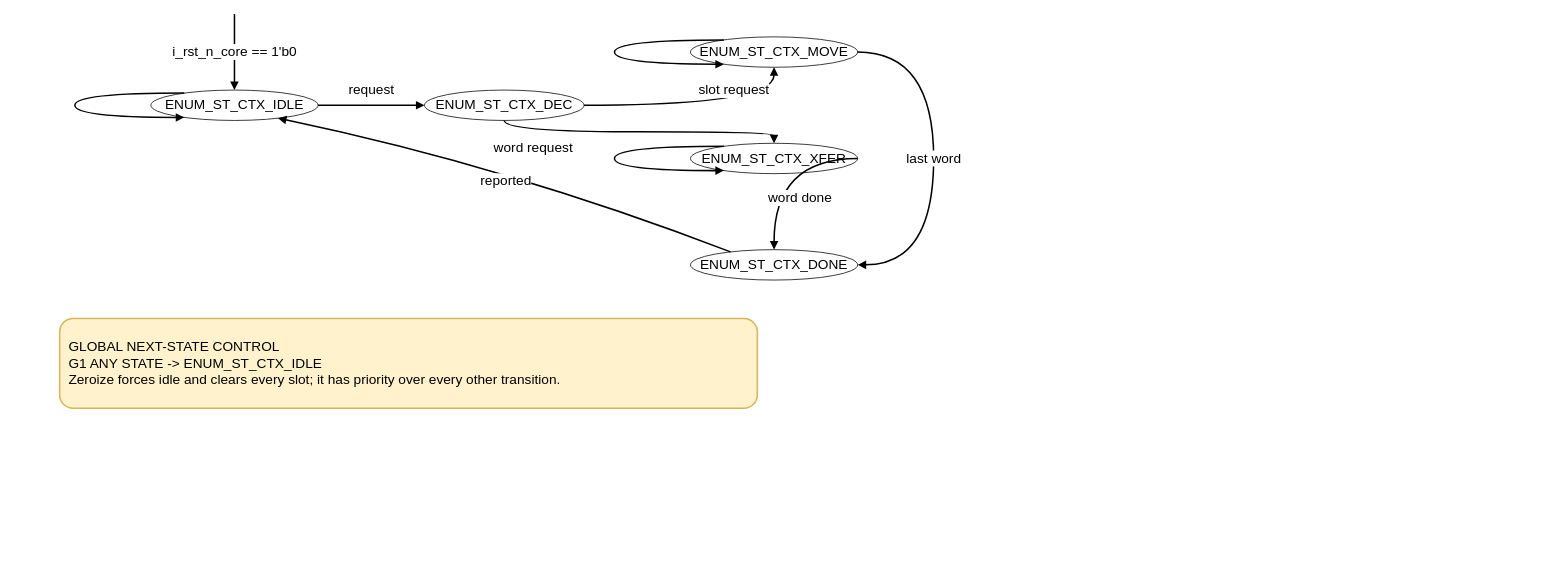
Before: page "FSM_CTX" (1 of 2) of doc/ht_aes_gcm_acc/figures/aesgcm_fsm_ctx.drawio in nguyenquanicd/AES-128-256, a draw.io diagram. Source tidied: cells renumbered, new cells numbered last; positions are measured from the earlier drawing's top-left corner, leaving out a move shared by most shapes. Both pictures are drawn from the tidied source at 76%, with x=0, y=0 at pixel (59, 14).
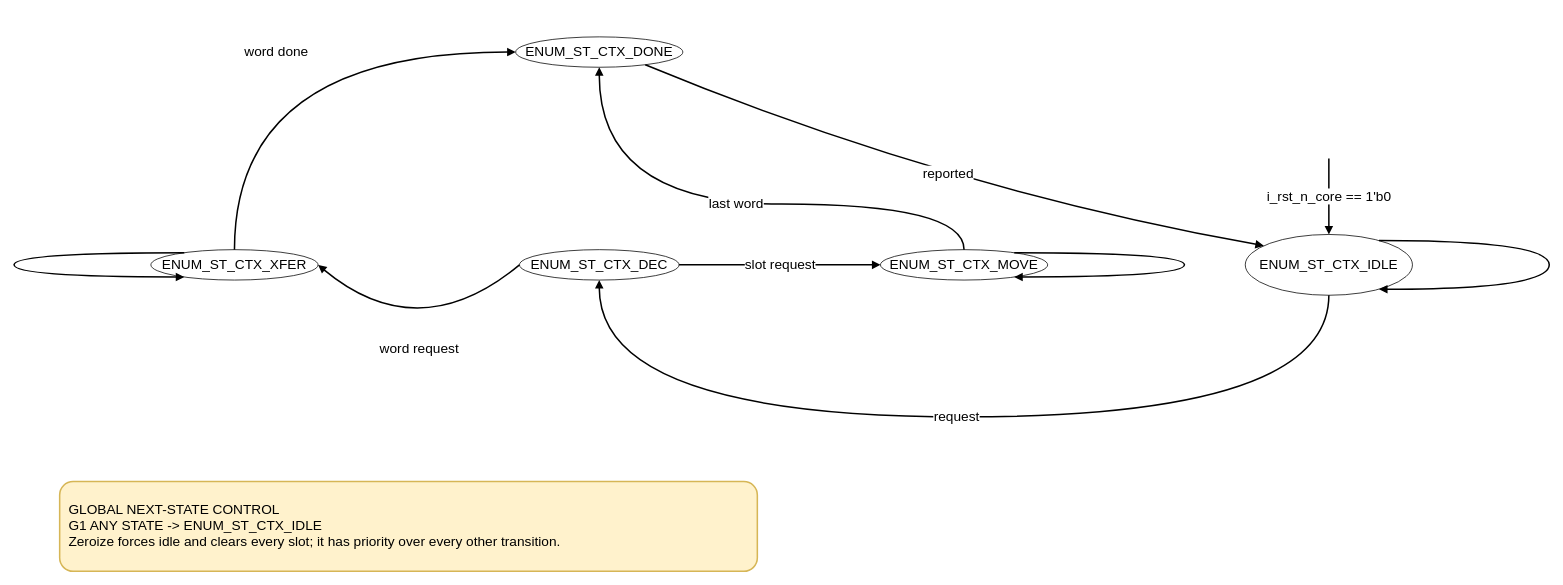
The same diagram, later.

Diff of the diagram source:
```diff
@@
     <mxCell id="2" value="ENUM_ST_CTX_IDLE" style="ellipse;whiteSpace=wrap;html=1;fontSize=18;fontColor=#000000;strokeColor=#000000;fillColor=#FFFFFF;" parent="1" vertex="1">
-      <mxGeometry x="120" y="100" width="220" height="40" as="geometry" />
+      <mxGeometry x="1560" y="290" width="220" height="80" as="geometry" />
     </mxCell>
     <mxCell id="3" value="ENUM_ST_CTX_DEC" style="ellipse;whiteSpace=wrap;html=1;fontSize=18;fontColor=#000000;strokeColor=#000000;fillColor=#FFFFFF;" parent="1" vertex="1">
-      <mxGeometry x="480" y="100" width="210" height="40" as="geometry" />
+      <mxGeometry x="605" y="310" width="210" height="40" as="geometry" />
     </mxCell>
     <mxCell id="4" value="ENUM_ST_CTX_MOVE" style="ellipse;whiteSpace=wrap;html=1;fontSize=18;fontColor=#000000;strokeColor=#000000;fillColor=#FFFFFF;" parent="1" vertex="1">
-      <mxGeometry x="830" y="30" width="220" height="40" as="geometry" />
+      <mxGeometry x="1080" y="310" width="220" height="40" as="geometry" />
     </mxCell>
     <mxCell id="5" value="ENUM_ST_CTX_XFER" style="ellipse;whiteSpace=wrap;html=1;fontSize=18;fontColor=#000000;strokeColor=#000000;fillColor=#FFFFFF;" parent="1" vertex="1">
-      <mxGeometry x="830" y="170" width="220" height="40" as="geometry" />
+      <mxGeometry x="120" y="310" width="220" height="40" as="geometry" />
     </mxCell>
     <mxCell id="6" value="ENUM_ST_CTX_DONE" style="ellipse;whiteSpace=wrap;html=1;fontSize=18;fontColor=#000000;strokeColor=#000000;fillColor=#FFFFFF;" parent="1" vertex="1">
-      <mxGeometry x="830" y="310" width="220" height="40" as="geometry" />
+      <mxGeometry x="600" y="30" width="220" height="40" as="geometry" />
     </mxCell>
     <mxCell id="7" value="i_rst_n_core == 1'b0" style="endArrow=block;html=1;rounded=0;fontSize=18;strokeWidth=2;endFill=1;fontColor=#000000;strokeColor=#000000;fillColor=#FFFFFF;labelBackgroundColor=#FFFFFF;curved=1;entryX=0.5;entryY=0;entryPerimeter=1;" parent="1" edge="1" target="2">
       <mxGeometry relative="1" as="geometry">
-        <mxPoint x="230" as="sourcePoint" />
+        <mxPoint x="1670" y="190" as="sourcePoint" />
         <Array as="points">
-          <mxPoint x="230" y="50" />
+          <mxPoint x="1670" y="240" />
         </Array>
       </mxGeometry>
     </mxCell>
-    <mxCell id="8" value="reported" style="endArrow=block;html=1;rounded=0;fontSize=18;strokeWidth=2;endFill=1;fontColor=#000000;strokeColor=#000000;fillColor=#FFFFFF;labelBackgroundColor=#FFFFFF;curved=1;entryX=0.761843;entryY=0.925956;entryPerimeter=1;exitX=0.238157;exitY=0.0740443;exitPerimeter=1;" parent="1" edge="1" source="6" target="2">
+    <mxCell id="8" value="reported" style="endArrow=block;html=1;rounded=0;fontSize=18;strokeWidth=2;endFill=1;fontColor=#000000;strokeColor=#000000;fillColor=#FFFFFF;labelBackgroundColor=#FFFFFF;curved=1;entryX=0.109962;entryY=0.187157;entryPerimeter=1;exitX=0.764504;exitY=0.924308;exitPerimeter=1;" parent="1" edge="1" source="6" target="2">
       <mxGeometry relative="1" as="geometry">
         <Array as="points">
-          <mxPoint x="592.1" y="201" />
+          <mxPoint x="1163.6" y="229.2" />
         </Array>
-        <mxPoint x="-6" y="19.1" as="offset" />
+        <mxPoint x="5.2" y="-19.3" as="offset" />
       </mxGeometry>
     </mxCell>
-    <mxCell id="9" value="slot request" style="endArrow=block;html=1;rounded=0;fontSize=18;strokeWidth=2;endFill=1;fontColor=#000000;strokeColor=#000000;fillColor=#FFFFFF;labelBackgroundColor=#FFFFFF;curved=1;entryX=0.5;entryY=1;entryPerimeter=1;exitX=1;exitY=0.5;exitPerimeter=1;" parent="1" edge="1" source="3" target="4">
+    <mxCell id="9" value="request" style="endArrow=block;html=1;rounded=0;fontSize=18;strokeWidth=2;endFill=1;fontColor=#000000;strokeColor=#000000;fillColor=#FFFFFF;labelBackgroundColor=#FFFFFF;curved=1;entryX=0.5;entryY=1;entryPerimeter=1;exitX=0.5;exitY=1;exitPerimeter=1;" parent="1" edge="1" source="2" target="3">
       <mxGeometry relative="1" as="geometry">
         <Array as="points">
-          <mxPoint x="940" y="120" />
+          <mxPoint x="1670" y="530" />
+          <mxPoint x="710" y="530" />
         </Array>
-        <mxPoint x="46.8" y="-20.3" as="offset" />
       </mxGeometry>
     </mxCell>
-    <mxCell id="10" value="word request" style="endArrow=block;html=1;rounded=0;fontSize=18;strokeWidth=2;endFill=1;fontColor=#000000;strokeColor=#000000;fillColor=#FFFFFF;labelBackgroundColor=#FFFFFF;curved=1;entryX=0.5;entryY=0;entryPerimeter=1;exitX=0.5;exitY=1;exitPerimeter=1;" parent="1" edge="1" source="3" target="5">
+    <mxCell id="10" value="last word" style="endArrow=block;html=1;rounded=0;fontSize=18;strokeWidth=2;endFill=1;fontColor=#000000;strokeColor=#000000;fillColor=#FFFFFF;labelBackgroundColor=#FFFFFF;curved=1;entryX=0.5;entryY=1;entryPerimeter=1;exitX=0.5;exitY=0;exitPerimeter=1;" parent="1" edge="1" source="4" target="6">
       <mxGeometry relative="1" as="geometry">
         <Array as="points">
-          <mxPoint x="585" y="155" />
-          <mxPoint x="940" y="155" />
+          <mxPoint x="1190" y="250" />
+          <mxPoint x="710" y="250" />
         </Array>
-        <mxPoint x="-140.2" y="20.6" as="offset" />
       </mxGeometry>
     </mxCell>
-    <mxCell id="11" value="request" style="endArrow=block;html=1;rounded=0;fontSize=18;strokeWidth=2;endFill=1;fontColor=#000000;strokeColor=#000000;fillColor=#FFFFFF;labelBackgroundColor=#FFFFFF;curved=1;entryX=0;entryY=0.5;entryPerimeter=1;exitX=1;exitY=0.5;exitPerimeter=1;" parent="1" edge="1" source="2" target="3">
+    <mxCell id="11" value="word done" style="endArrow=block;html=1;rounded=0;fontSize=18;strokeWidth=2;endFill=1;fontColor=#000000;strokeColor=#000000;fillColor=#FFFFFF;labelBackgroundColor=#FFFFFF;curved=1;entryX=0;entryY=0.5;entryPerimeter=1;exitX=0.5;exitY=0;exitPerimeter=1;" parent="1" edge="1" source="5" target="6">
       <mxGeometry relative="1" as="geometry">
         <Array as="points">
-          <mxPoint x="407.5" y="120" />
+          <mxPoint x="230" y="50" />
         </Array>
-        <mxPoint y="-20" as="offset" />
       </mxGeometry>
     </mxCell>
-    <mxCell id="12" value="last word" style="endArrow=block;html=1;rounded=0;fontSize=18;strokeWidth=2;endFill=1;fontColor=#000000;strokeColor=#000000;fillColor=#FFFFFF;labelBackgroundColor=#FFFFFF;curved=1;entryX=1;entryY=0.5;entryPerimeter=1;exitX=1;exitY=0.5;exitPerimeter=1;" parent="1" edge="1" source="4" target="6">
+    <mxCell id="12" value="slot request" style="endArrow=block;html=1;rounded=0;fontSize=18;strokeWidth=2;endFill=1;fontColor=#000000;strokeColor=#000000;fillColor=#FFFFFF;labelBackgroundColor=#FFFFFF;curved=1;entryX=0;entryY=0.5;entryPerimeter=1;exitX=1;exitY=0.5;exitPerimeter=1;" parent="1" edge="1" source="3" target="4">
       <mxGeometry relative="1" as="geometry">
         <Array as="points">
-          <mxPoint x="1150" y="50" />
-          <mxPoint x="1150" y="330" />
+          <mxPoint x="950" y="330" />
         </Array>
       </mxGeometry>
     </mxCell>
-    <mxCell id="13" value="word done" style="endArrow=block;html=1;rounded=0;fontSize=18;strokeWidth=2;endFill=1;fontColor=#000000;strokeColor=#000000;fillColor=#FFFFFF;labelBackgroundColor=#FFFFFF;curved=1;entryX=0.5;entryY=0;entryPerimeter=1;exitX=1;exitY=0.5;exitPerimeter=1;" parent="1" edge="1" source="5" target="6">
+    <mxCell id="13" value="word request" style="endArrow=block;html=1;rounded=0;fontSize=18;strokeWidth=2;endFill=1;fontColor=#000000;strokeColor=#000000;fillColor=#FFFFFF;labelBackgroundColor=#FFFFFF;curved=1;entryX=1;entryY=0.5;entryPerimeter=1;exitX=0;exitY=0.5;exitPerimeter=1;" parent="1" edge="1" source="3" target="5">
       <mxGeometry relative="1" as="geometry">
         <Array as="points">
-          <mxPoint x="940" y="190" />
+          <mxPoint x="472.5" y="440" />
         </Array>
-        <mxPoint x="33.6" y="47.2" as="offset" />
       </mxGeometry>
     </mxCell>
-    <mxCell id="14" style="endArrow=block;html=1;rounded=0;fontSize=18;strokeWidth=2;endFill=1;fontColor=#000000;strokeColor=#000000;fillColor=#FFFFFF;labelBackgroundColor=#FFFFFF;curved=1;entryX=0.2;entryY=0.9;entryPerimeter=1;exitX=0.2;exitY=0.1;exitPerimeter=1;" parent="1" edge="1" source="2" target="2">
+    <mxCell id="14" style="endArrow=block;html=1;rounded=0;fontSize=18;strokeWidth=2;endFill=1;fontColor=#000000;strokeColor=#000000;fillColor=#FFFFFF;labelBackgroundColor=#FFFFFF;curved=1;entryX=0.8;entryY=0.9;entryPerimeter=1;exitX=0.8;exitY=0.1;exitPerimeter=1;" parent="1" edge="1" source="2" target="2">
       <mxGeometry relative="1" as="geometry">
         <Array as="points">
-          <mxPoint x="20" y="104" />
-          <mxPoint x="20" y="136" />
+          <mxPoint x="1960" y="298" />
+          <mxPoint x="1960" y="362" />
         </Array>
       </mxGeometry>
     </mxCell>
-    <mxCell id="15" style="endArrow=block;html=1;rounded=0;fontSize=18;strokeWidth=2;endFill=1;fontColor=#000000;strokeColor=#000000;fillColor=#FFFFFF;labelBackgroundColor=#FFFFFF;curved=1;entryX=0.2;entryY=0.9;entryPerimeter=1;exitX=0.2;exitY=0.1;exitPerimeter=1;" parent="1" edge="1" source="4" target="4">
+    <mxCell id="15" style="endArrow=block;html=1;rounded=0;fontSize=18;strokeWidth=2;endFill=1;fontColor=#000000;strokeColor=#000000;fillColor=#FFFFFF;labelBackgroundColor=#FFFFFF;curved=1;entryX=0.8;entryY=0.9;entryPerimeter=1;exitX=0.8;exitY=0.1;exitPerimeter=1;" parent="1" edge="1" source="4" target="4">
       <mxGeometry relative="1" as="geometry">
         <Array as="points">
-          <mxPoint x="730" y="34" />
-          <mxPoint x="730" y="66" />
+          <mxPoint x="1480" y="314" />
+          <mxPoint x="1480" y="346" />
         </Array>
       </mxGeometry>
     </mxCell>
     <mxCell id="16" style="endArrow=block;html=1;rounded=0;fontSize=18;strokeWidth=2;endFill=1;fontColor=#000000;strokeColor=#000000;fillColor=#FFFFFF;labelBackgroundColor=#FFFFFF;curved=1;entryX=0.2;entryY=0.9;entryPerimeter=1;exitX=0.2;exitY=0.1;exitPerimeter=1;" parent="1" edge="1" source="5" target="5">
       <mxGeometry relative="1" as="geometry">
         <Array as="points">
-          <mxPoint x="730" y="174" />
-          <mxPoint x="730" y="206" />
+          <mxPoint x="-60" y="314" />
+          <mxPoint x="-60" y="346" />
         </Array>
       </mxGeometry>
     </mxCell>
     <mxCell id="17" value="GLOBAL NEXT-STATE CONTROL&lt;br&gt;G1  ANY STATE -&amp;gt; ENUM_ST_CTX_IDLE&lt;br&gt;Zeroize forces idle and clears every slot; it has priority over every other transition." style="rounded=1;whiteSpace=wrap;html=1;align=left;verticalAlign=middle;spacing=12;fillColor=#FFF2CC;strokeColor=#D6B656;strokeWidth=2;fontSize=18;fontColor=#000000;" parent="1" vertex="1">
-      <mxGeometry y="400.7" width="918" height="118" as="geometry" />
+      <mxGeometry y="615.2" width="918" height="118" as="geometry" />
     </mxCell>
```
